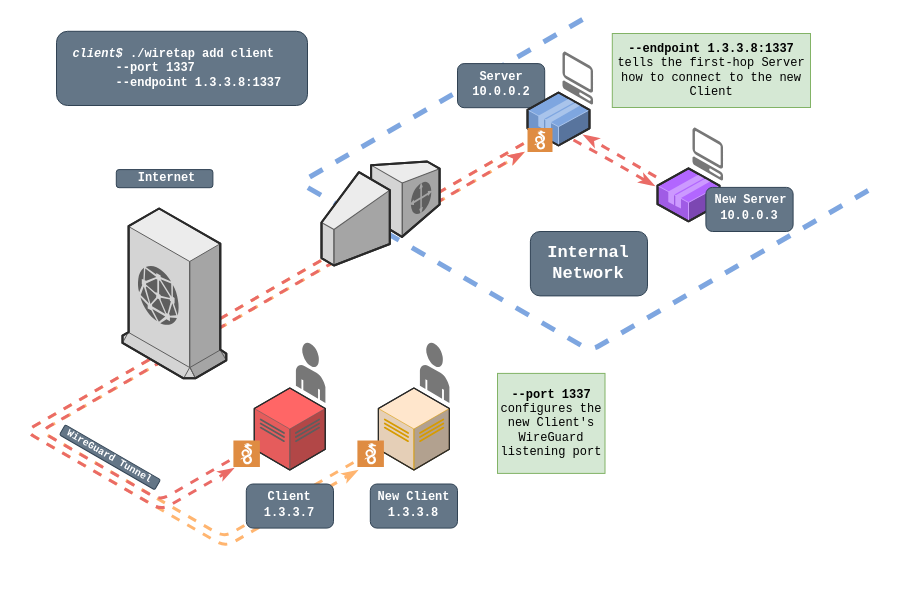
sandialabs/wiretap keeps this draw.io diagram as media/Wiretap_Add_Client.drawio. Above is the earlier version. Source tidied: cells renumbered, new cells numbered last; positions are measured from the earlier drawing's top-left corner, leaving out a move shared by most shapes. Both pictures are drawn from the tidied source at 100%, with x=0, y=0 at pixel (45, 19).
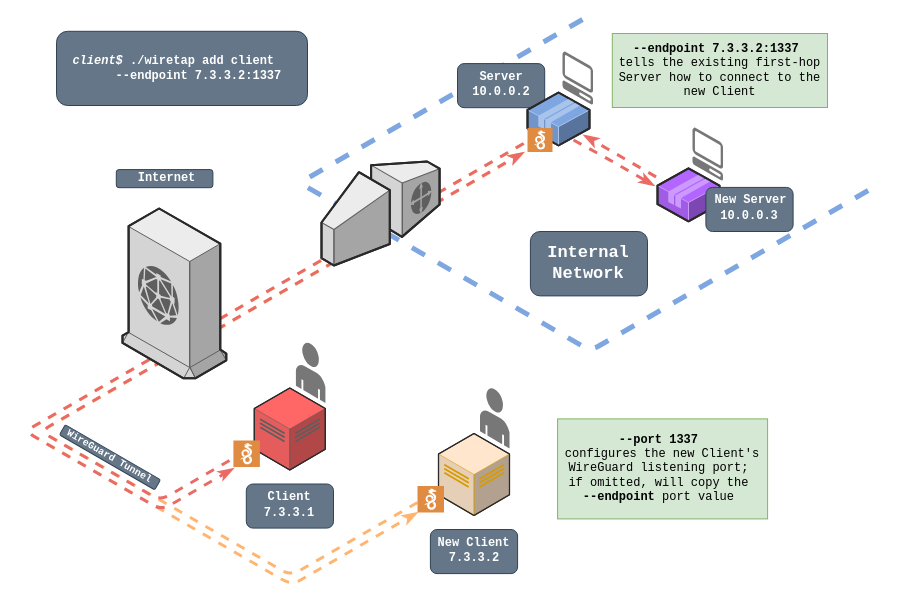
The same page after the edit.

Unchanged cells that the change refers to:
```xml
<mxCell id="44" style="group;" parent="1" vertex="1">
  <mxGeometry x="200.8" y="463" width="87.2" height="45.6" as="geometry" />
</mxCell>
```

Diff of the diagram source:
```diff
@@
-    <mxCell id="2" style="endArrow=classicThin;html=1;rounded=1;fontFamily=Courier New;jumpSize=12;strokeWidth=3;endFill=1;strokeColor=#EA6B66;startArrow=none;startFill=0;edgeStyle=isometricEdgeStyle;dashed=1;entryX=0.898;entryY=0.81;entryDx=0;entryDy=0;entryPerimeter=0;" parent="1" edge="1">
+    <mxCell id="2" style="endArrow=classicThin;html=1;rounded=1;fontFamily=Courier New;jumpSize=12;strokeWidth=3;endFill=1;strokeColor=#EA6B66;startArrow=none;startFill=0;edgeStyle=isometricEdgeStyle;dashed=1;entryX=0.898;entryY=0.81;entryDx=0;entryDy=0;entryPerimeter=0;flowAnimation=1;" parent="1" edge="1">
       <mxGeometry relative="1" as="geometry">
         <mxPoint x="627" y="161" as="sourcePoint" />
         <mxPoint x="537.7" y="115.9" as="targetPoint" />
         <Array as="points">
           <mxPoint x="570" y="134" />
         </Array>
       </mxGeometry>
     </mxCell>
-    <mxCell id="3" style="endArrow=classicThin;html=1;rounded=1;fontFamily=Courier New;jumpSize=12;strokeWidth=3;endFill=1;strokeColor=#FFB570;startArrow=none;startFill=0;edgeStyle=isometricEdgeStyle;dashed=1;" parent="1" edge="1">
+    <mxCell id="3" style="endArrow=classicThin;html=1;rounded=1;fontFamily=Courier New;jumpSize=12;strokeWidth=3;endFill=1;strokeColor=#FFB570;startArrow=none;startFill=0;edgeStyle=isometricEdgeStyle;dashed=1;flowAnimation=1;" parent="1" edge="1">
       <mxGeometry relative="1" as="geometry">
-        <mxPoint x="308" y="443" as="sourcePoint" />
+        <mxPoint x="372" y="483" as="sourcePoint" />
         <mxPoint x="478.4" y="133" as="targetPoint" />
         <Array as="points">
           <mxPoint x="56.4" y="447" />
         </Array>
       </mxGeometry>
     </mxCell>
-    <mxCell id="4" style="endArrow=classicThin;html=1;rounded=1;fontFamily=Courier New;jumpSize=12;strokeWidth=3;endFill=1;strokeColor=#FFB570;edgeStyle=isometricEdgeStyle;startArrow=none;startFill=0;dashed=1;" parent="1" edge="1">
+    <mxCell id="4" style="endArrow=classicThin;html=1;rounded=1;fontFamily=Courier New;jumpSize=12;strokeWidth=3;endFill=1;strokeColor=#FFB570;edgeStyle=isometricEdgeStyle;startArrow=none;startFill=0;dashed=1;flowAnimation=1;" parent="1" edge="1">
       <mxGeometry relative="1" as="geometry">
         <mxPoint x="478.4" y="124" as="sourcePoint" />
-        <mxPoint x="312" y="451" as="targetPoint" />
+        <mxPoint x="372" y="493" as="targetPoint" />
         <Array as="points">
           <mxPoint x="51.4" y="453" />
         </Array>
       </mxGeometry>
     </mxCell>
@@
-    <mxCell id="18" value="&lt;i&gt;&amp;nbsp; client$ &lt;/i&gt;./wiretap add client&lt;br&gt;&lt;span style=&quot;white-space: pre;&quot;&gt;&#9;&lt;/span&gt;--port 1337 &lt;br&gt;&lt;span style=&quot;white-space: pre;&quot;&gt;&#9;&lt;/span&gt;--endpoint 1.3.3.8:1337&lt;br&gt;&lt;div&gt;&lt;i&gt;&lt;/i&gt;&lt;/div&gt;" style="text;html=1;strokeColor=#314354;fillColor=#647687;align=left;verticalAlign=middle;whiteSpace=wrap;rounded=1;fontFamily=Courier New;fontStyle=1;fontColor=#ffffff;" parent="1" vertex="1">
+    <mxCell id="18" value="&lt;i&gt;&amp;nbsp; client$ &lt;/i&gt;./wiretap add client&lt;br&gt;&lt;span style=&quot;white-space: pre;&quot;&gt;&#9;&lt;/span&gt;--endpoint 7.3.3.2:1337&lt;br&gt;&lt;div&gt;&lt;i&gt;&lt;/i&gt;&lt;/div&gt;" style="text;html=1;strokeColor=#314354;fillColor=#647687;align=left;verticalAlign=middle;whiteSpace=wrap;rounded=1;fontFamily=Courier New;fontStyle=1;fontColor=#ffffff;" parent="1" vertex="1">
       <mxGeometry x="11" y="11.8" width="251" height="74.2" as="geometry" />
     </mxCell>
-    <mxCell id="19" style="endArrow=classicThin;html=1;rounded=1;fontFamily=Courier New;jumpSize=12;strokeWidth=3;endFill=1;strokeColor=#EA6B66;edgeStyle=isometricEdgeStyle;startArrow=none;startFill=0;dashed=1;" parent="1" edge="1">
+    <mxCell id="19" style="endArrow=classicThin;html=1;rounded=1;fontFamily=Courier New;jumpSize=12;strokeWidth=3;endFill=1;strokeColor=#EA6B66;edgeStyle=isometricEdgeStyle;startArrow=none;startFill=0;dashed=1;flowAnimation=1;" parent="1" edge="1">
       <mxGeometry relative="1" as="geometry">
         <mxPoint x="478" y="124" as="sourcePoint" />
         <mxPoint x="188" y="449" as="targetPoint" />
         <Array as="points">
           <mxPoint x="51" y="453" />
         </Array>
       </mxGeometry>
     </mxCell>
-    <mxCell id="20" style="endArrow=classicThin;html=1;rounded=1;fontFamily=Courier New;jumpSize=12;strokeWidth=3;endFill=1;strokeColor=#EA6B66;startArrow=none;startFill=0;edgeStyle=isometricEdgeStyle;dashed=1;" parent="1" edge="1">
+    <mxCell id="20" style="endArrow=classicThin;html=1;rounded=1;fontFamily=Courier New;jumpSize=12;strokeWidth=3;endFill=1;strokeColor=#EA6B66;startArrow=none;startFill=0;edgeStyle=isometricEdgeStyle;dashed=1;flowAnimation=1;" parent="1" edge="1">
       <mxGeometry relative="1" as="geometry">
         <mxPoint x="184" y="441" as="sourcePoint" />
         <mxPoint x="478" y="133" as="targetPoint" />
         <Array as="points">
           <mxPoint x="56" y="447" />
         </Array>
       </mxGeometry>
     </mxCell>
@@
-    <mxCell id="23" value="--port 1337 &lt;span style=&quot;font-weight: normal;&quot;&gt;configures the new Client's WireGuard listening port&lt;/span&gt;" style="text;html=1;strokeColor=#82b366;fillColor=#d5e8d4;align=center;verticalAlign=middle;whiteSpace=wrap;rounded=0;fontFamily=Courier New;fontStyle=1;" parent="1" vertex="1">
-      <mxGeometry x="452" y="353.9" width="107.5" height="100" as="geometry" />
+    <mxCell id="23" value="--port 1337&amp;nbsp;&lt;div&gt;&lt;span style=&quot;font-weight: normal;&quot;&gt;configures the new Client's WireGuard listening port;&amp;nbsp;&lt;/span&gt;&lt;/div&gt;&lt;div&gt;&lt;span style=&quot;background-color: initial; font-weight: 400;&quot;&gt;if omitted, will copy the&amp;nbsp;&lt;/span&gt;&lt;/div&gt;&lt;div&gt;&lt;span style=&quot;background-color: initial;&quot;&gt;--endpoint&lt;/span&gt;&lt;span style=&quot;background-color: initial; font-weight: 400;&quot;&gt; port value&lt;/span&gt;&lt;span style=&quot;background-color: initial; font-weight: normal;&quot;&gt;&amp;nbsp;&lt;/span&gt;&lt;/div&gt;" style="text;html=1;strokeColor=#82b366;fillColor=#d5e8d4;align=center;verticalAlign=middle;whiteSpace=wrap;rounded=0;fontFamily=Courier New;fontStyle=1;" parent="1" vertex="1">
+      <mxGeometry x="512.1" y="399.4" width="210" height="100" as="geometry" />
     </mxCell>
-    <mxCell id="24" value="--endpoint 1.3.3.8:1337 &lt;span style=&quot;font-weight: normal;&quot;&gt;tells the first-hop Server how to connect to the new Client&lt;/span&gt;" style="text;html=1;strokeColor=#82b366;fillColor=#d5e8d4;align=center;verticalAlign=middle;whiteSpace=wrap;rounded=0;fontFamily=Courier New;fontStyle=1;" parent="1" vertex="1">
-      <mxGeometry x="566.8" y="14" width="198.2" height="74" as="geometry" />
+    <mxCell id="24" value="--endpoint 7.3.3.2:1337&amp;nbsp;&lt;div&gt;&lt;span style=&quot;font-weight: normal;&quot;&gt;tells the existing first-hop Server how to connect to the new Client&lt;/span&gt;&lt;/div&gt;" style="text;html=1;strokeColor=#82b366;fillColor=#d5e8d4;align=center;verticalAlign=middle;whiteSpace=wrap;rounded=0;fontFamily=Courier New;fontStyle=1;" parent="1" vertex="1">
+      <mxGeometry x="566.8" y="14" width="215.2" height="74" as="geometry" />
     </mxCell>
@@
     <mxCell id="37" style="verticalLabelPosition=bottom;html=1;verticalAlign=top;strokeWidth=1;align=center;dashed=0;shape=mxgraph.aws3d.dataCenter;strokeColor=#d79b00;fillColor=#ffe6cc;" parent="1" vertex="1">
-      <mxGeometry x="332.9" y="368.5" width="71" height="82" as="geometry" />
+      <mxGeometry x="393" y="414" width="71" height="82" as="geometry" />
     </mxCell>
     <mxCell id="38" style="verticalLabelPosition=bottom;html=1;verticalAlign=top;strokeWidth=1;align=center;dashed=0;shape=mxgraph.aws3d.end_user;strokeColor=none;fillColor=#777777;" parent="1" vertex="1">
-      <mxGeometry x="374.4" y="323" width="29.5" height="60.5" as="geometry" />
+      <mxGeometry x="434.5" y="368.5" width="29.5" height="60.5" as="geometry" />
     </mxCell>
     <mxCell id="39" style="group;" parent="1" vertex="1">
-      <mxGeometry x="324.8" y="463" width="90" height="45.6" as="geometry" />
+      <mxGeometry x="384.9" y="508.5" width="90" height="45.6" as="geometry" />
     </mxCell>
@@
-    <mxCell id="42" value="1.3.3.8" style="text;html=1;align=center;verticalAlign=middle;whiteSpace=wrap;rounded=0;fontFamily=Courier New;fontStyle=1;fontColor=#FFFFFF;" parent="39" vertex="1">
+    <mxCell id="42" value="7.3.3.2" style="text;html=1;align=center;verticalAlign=middle;whiteSpace=wrap;rounded=0;fontFamily=Courier New;fontStyle=1;fontColor=#FFFFFF;" parent="39" vertex="1">
       <mxGeometry x="13.6" y="15.6" width="60" height="30" as="geometry" />
     </mxCell>
     <mxCell id="43" style="sketch=0;shadow=0;dashed=0;html=1;strokeColor=none;fillColor=#DF8C42;labelPosition=center;verticalLabelPosition=bottom;verticalAlign=top;align=center;shape=mxgraph.veeam2.wireguard;fontFamily=Courier New;fontSize=19;" parent="1" vertex="1">
-      <mxGeometry x="311.9" y="421" width="26.5" height="26.5" as="geometry" />
+      <mxGeometry x="372" y="466.5" width="26.5" height="26.5" as="geometry" />
     </mxCell>
@@
-    <mxCell id="47" value="1.3.3.7" style="text;html=1;align=center;verticalAlign=middle;whiteSpace=wrap;rounded=0;fontFamily=Courier New;fontStyle=1;fontColor=#FFFFFF;" parent="44" vertex="1">
+    <mxCell id="47" value="7.3.3.1" style="text;html=1;align=center;verticalAlign=middle;whiteSpace=wrap;rounded=0;fontFamily=Courier New;fontStyle=1;fontColor=#FFFFFF;" parent="44" vertex="1">
       <mxGeometry x="13.6" y="15.6" width="60" height="30" as="geometry" />
     </mxCell>
-    <mxCell id="48" style="endArrow=classicThin;html=1;rounded=1;fontFamily=Courier New;jumpSize=12;strokeWidth=3;endFill=1;strokeColor=#EA6B66;edgeStyle=isometricEdgeStyle;startArrow=none;startFill=0;dashed=1;" parent="1" edge="1">
+    <mxCell id="48" style="endArrow=classicThin;html=1;rounded=1;fontFamily=Courier New;jumpSize=12;strokeWidth=3;endFill=1;strokeColor=#EA6B66;edgeStyle=isometricEdgeStyle;startArrow=none;startFill=0;dashed=1;flowAnimation=1;" parent="1" edge="1">
       <mxGeometry relative="1" as="geometry">
         <mxPoint x="528" y="120.5" as="sourcePoint" />
         <mxPoint x="609" y="166" as="targetPoint" />
         <Array as="points">
           <mxPoint x="565.4" y="141.1" />
         </Array>
       </mxGeometry>
     </mxCell>
```
